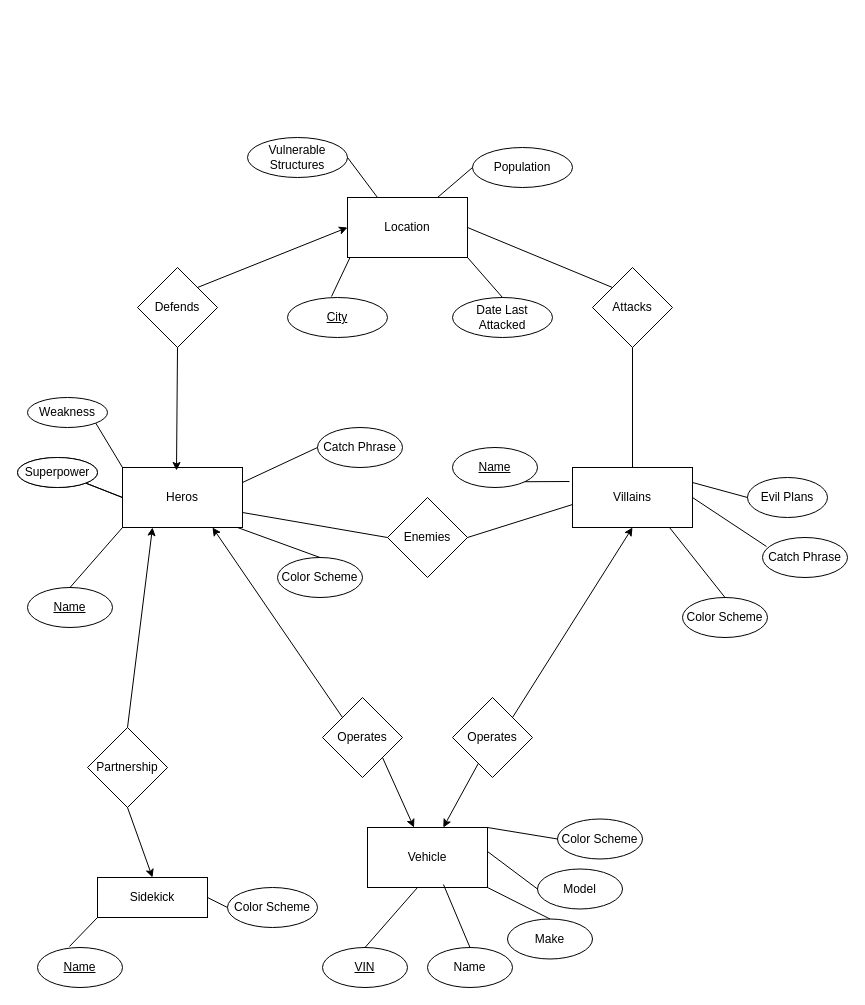
Above: MOE_8.5-2.drawio in camillevleonard/CS_5012_Mod_8_MOE (draw.io), before the change. Source tidied: cells renumbered, new cells numbered last; positions are measured from the earlier drawing's top-left corner, leaving out a move shared by most shapes. Both pictures are drawn from the tidied source at 100%, with x=0, y=0 at pixel (17, 137).
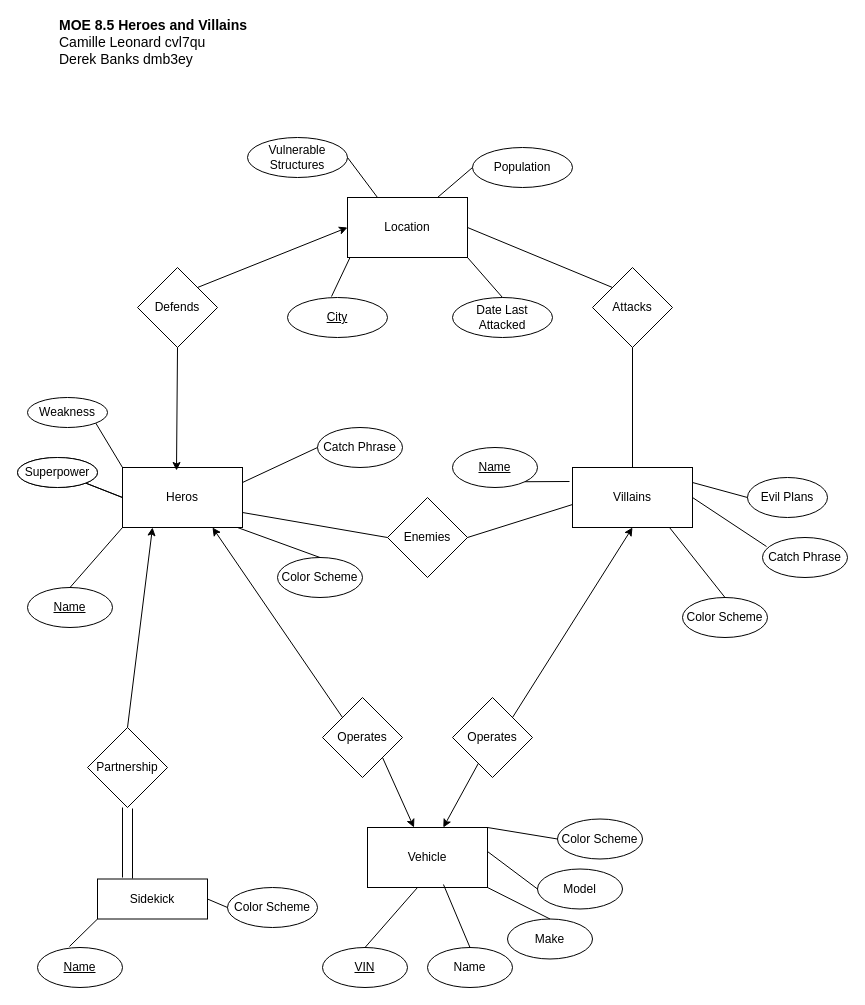
The same diagram, later.

Unchanged cells that the change refers to:
```xml
<mxCell id="38" value="Partnership" style="rhombus;whiteSpace=wrap;html=1;" parent="1" vertex="1">
  <mxGeometry x="70" y="590" width="80" height="80" as="geometry" />
</mxCell>
```

The edit, as a diff of the source:
```diff
@@
-    <mxCell id="39" style="endArrow=classic;html=1;exitX=0.5;exitY=1;exitDx=0;exitDy=0;entryX=0.5;entryY=0;entryDx=0;entryDy=0;" parent="1" edge="1" source="38" target="48">
-      <mxGeometry relative="1" as="geometry" />
-    </mxCell>
@@
     <mxCell id="48" value="Sidekick" style="rounded=0;whiteSpace=wrap;html=1;" parent="1" vertex="1">
-      <mxGeometry x="80" y="740" width="110" height="40" as="geometry" />
+      <mxGeometry x="80" y="741.5" width="110" height="40" as="geometry" />
     </mxCell>
@@
+    <mxCell id="67" value="&lt;font style=&quot;font-size: 14px&quot;&gt;&lt;b&gt;MOE 8.5 Heroes and Villains&lt;/b&gt;&lt;br&gt;Camille Leonard cvl7qu&lt;br&gt;Derek Banks dmb3ey&lt;br&gt;&lt;/font&gt;" style="text;html=1;align=left;verticalAlign=middle;" parent="1" vertex="1">
+      <mxGeometry x="40" y="-120" width="200" height="50" as="geometry" />
+    </mxCell>
+    <mxCell id="68" style="endArrow=none;html=1;" parent="1" edge="1">
+      <mxGeometry relative="1" as="geometry">
+        <mxPoint x="105" y="740" as="sourcePoint" />
+        <mxPoint x="105" y="670" as="targetPoint" />
+      </mxGeometry>
+    </mxCell>
+    <mxCell id="69" style="endArrow=none;html=1;" parent="1" edge="1">
+      <mxGeometry relative="1" as="geometry">
+        <mxPoint x="115" y="741" as="sourcePoint" />
+        <mxPoint x="115" y="671" as="targetPoint" />
+      </mxGeometry>
+    </mxCell>
```
